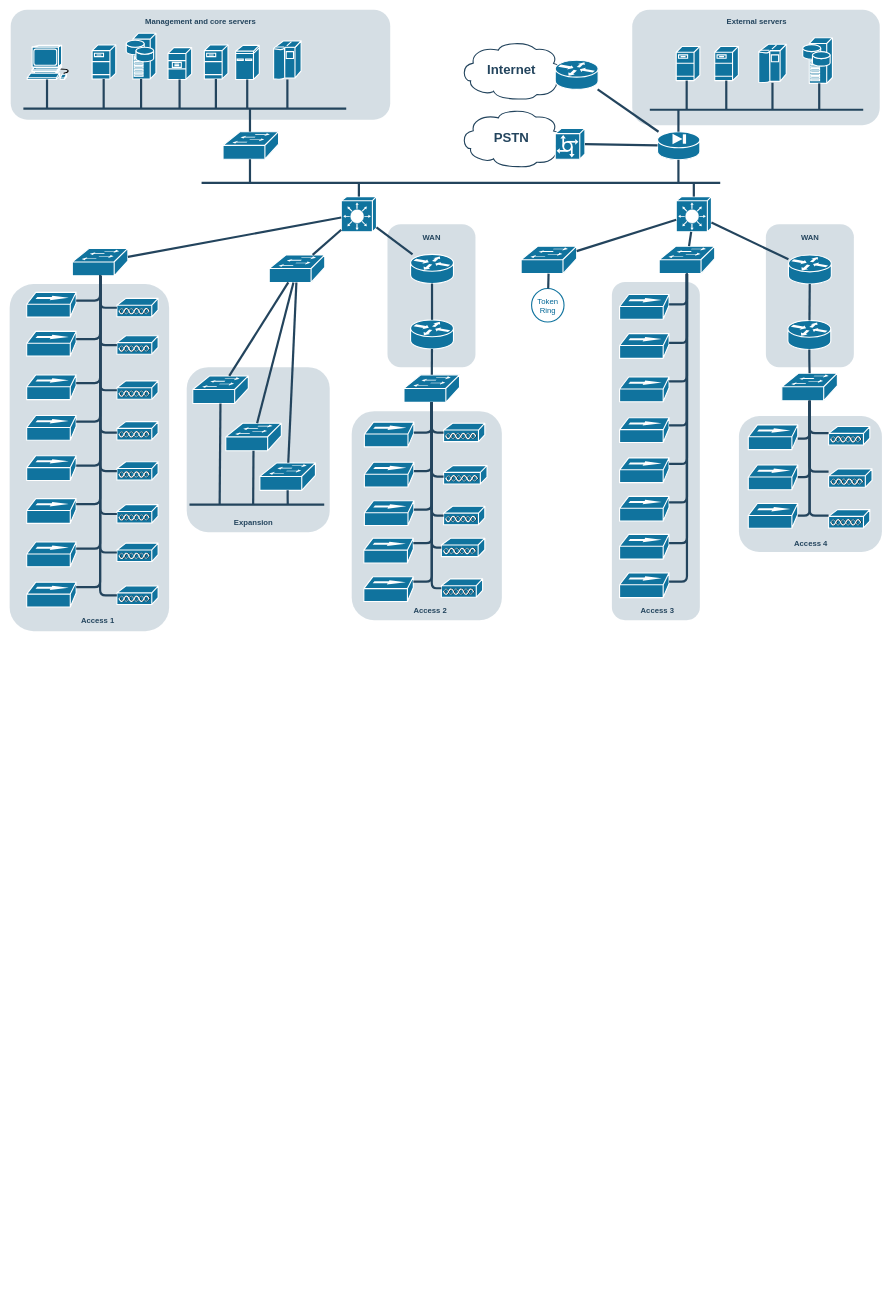
Above: 自建房设计/未命名绘图.drawio in Red-Scarf/draw-io-project (draw.io), before the change. Source tidied: cells renumbered, new cells numbered last; positions are measured from the earlier drawing's top-left corner, leaving out a move shared by most shapes. Both pictures are drawn from the tidied source at 55%, with x=0, y=0 at pixel (9, 9).
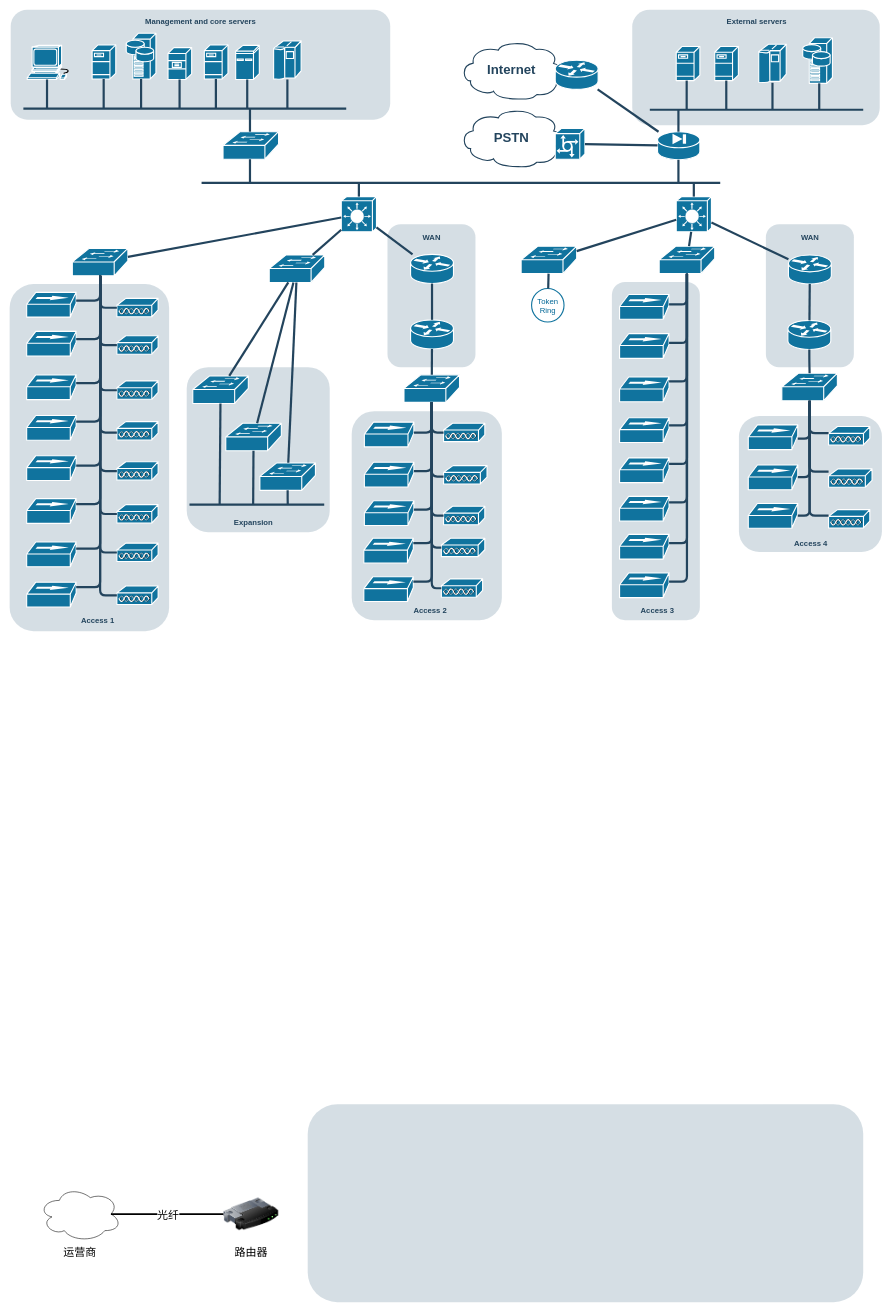
After the change.

Commit message:
更新未命名绘图.drawio

The edit, as a diff of the source:
```diff
@@
+    <mxCell id="174" value="运营商" style="ellipse;shape=cloud;whiteSpace=wrap;html=1;fontSize=20;labelPosition=center;verticalLabelPosition=bottom;align=center;verticalAlign=top;" parent="1" vertex="1">
+      <mxGeometry x="53" y="2140" width="150" height="100" as="geometry" />
+    </mxCell>
+    <mxCell id="175" style="endArrow=none;html=1;rounded=0;exitX=0.875;exitY=0.5;exitDx=0;exitDy=0;exitPerimeter=0;strokeWidth=3;" parent="1" edge="1" source="174" target="177">
+      <mxGeometry relative="1" as="geometry" />
+    </mxCell>
+    <mxCell id="176" value="光纤" style="edgeLabel;html=1;align=center;verticalAlign=middle;fontSize=20;" parent="175" vertex="1">
+      <mxGeometry x="0.01" relative="1" as="geometry" />
+    </mxCell>
+    <mxCell id="177" value="路由器" style="image;html=1;image=img/lib/clip_art/networking/Router_128x128.png;fontSize=20;" parent="1" vertex="1">
+      <mxGeometry x="389" y="2140" width="100" height="100" as="geometry" />
+    </mxCell>
+    <mxCell id="178" style="rounded=1;whiteSpace=wrap;html=1;strokeColor=none;fillColor=#BAC8D3;fontSize=24;fontColor=#23445D;align=center;opacity=60;" parent="1" vertex="1">
+      <mxGeometry x="542" y="1990" width="1010" height="360" as="geometry" />
+    </mxCell>
```
